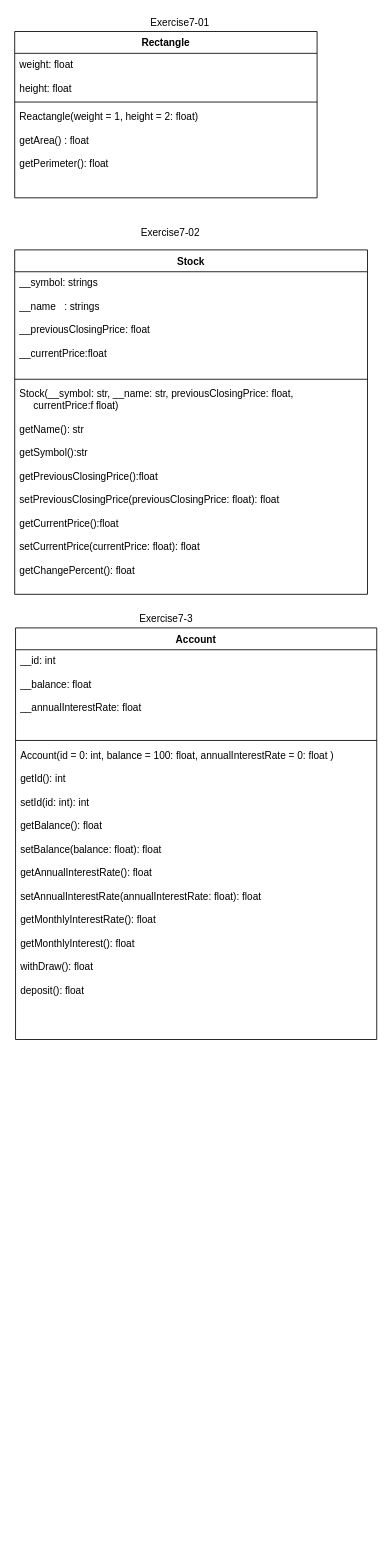
ywyz/IntroducingToProgrammingUsingPython keeps this draw.io diagram as Exercise07/Exercise07.drawio. Above is the earlier version. Source tidied: cells renumbered, new cells numbered last; positions are measured from the earlier drawing's top-left corner, leaving out a move shared by most shapes. Both pictures are drawn from the tidied source at 84%, with x=0, y=0 at pixel (14, 14).
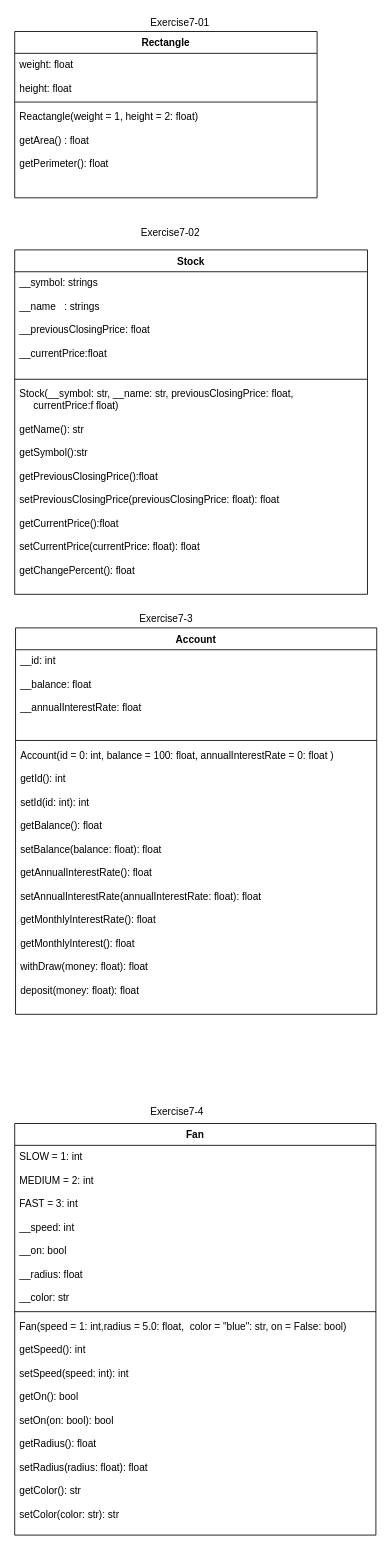
The same diagram, later.

What changed in the source:
```diff
@@
     <mxCell id="12" value="Account" style="swimlane;fontStyle=1;align=center;verticalAlign=top;horizontal=1;startSize=26;" parent="1" vertex="1">
-      <mxGeometry x="1" y="730" width="430" height="490" as="geometry" />
+      <mxGeometry x="1" y="730" width="430" height="460" as="geometry" />
     </mxCell>
@@
-    <mxCell id="15" value="Account(id = 0: int, balance = 100: float, annualInterestRate = 0: float )&#10;&#10;getId(): int&#10;&#10;setId(id: int): int&#10;&#10;getBalance(): float&#10;&#10;setBalance(balance: float): float&#10;&#10;getAnnualInterestRate(): float&#10;&#10;setAnnualInterestRate(annualInterestRate: float): float&#10;&#10;getMonthlyInterestRate(): float&#10;&#10;getMonthlyInterest(): float&#10;&#10;withDraw(): float&#10;&#10;deposit(): float&#10;" style="text;strokeColor=none;fillColor=none;align=left;verticalAlign=top;spacingLeft=4;spacingRight=4;overflow=hidden;" parent="12" vertex="1">
-      <mxGeometry y="138" width="430" height="352" as="geometry" />
+    <mxCell id="15" value="Account(id = 0: int, balance = 100: float, annualInterestRate = 0: float )&#10;&#10;getId(): int&#10;&#10;setId(id: int): int&#10;&#10;getBalance(): float&#10;&#10;setBalance(balance: float): float&#10;&#10;getAnnualInterestRate(): float&#10;&#10;setAnnualInterestRate(annualInterestRate: float): float&#10;&#10;getMonthlyInterestRate(): float&#10;&#10;getMonthlyInterest(): float&#10;&#10;withDraw(money: float): float&#10;&#10;deposit(money: float): float&#10;" style="text;strokeColor=none;fillColor=none;align=left;verticalAlign=top;spacingLeft=4;spacingRight=4;overflow=hidden;" parent="12" vertex="1">
+      <mxGeometry y="138" width="430" height="322" as="geometry" />
     </mxCell>
@@
+    <mxCell id="17" value="Fan" style="swimlane;fontStyle=1;align=center;verticalAlign=top;horizontal=1;startSize=26;" parent="1" vertex="1">
+      <mxGeometry y="1320" width="430" height="490" as="geometry" />
+    </mxCell>
+    <mxCell id="18" value="SLOW = 1: int&#10;&#10;MEDIUM = 2: int&#10;&#10;FAST = 3: int&#10;&#10;__speed: int&#10;&#10;__on: bool&#10;&#10;__radius: float&#10;&#10;__color: str" style="text;strokeColor=none;fillColor=none;align=left;verticalAlign=top;spacingLeft=4;spacingRight=4;overflow=hidden;" parent="17" vertex="1">
+      <mxGeometry y="26" width="430" height="194" as="geometry" />
+    </mxCell>
+    <mxCell id="19" style="line;strokeWidth=1;fillColor=none;align=left;verticalAlign=middle;spacingTop=-1;spacingLeft=3;spacingRight=3;labelPosition=right;" parent="17" vertex="1">
+      <mxGeometry y="220" width="430" height="8" as="geometry" />
+    </mxCell>
+    <mxCell id="20" value="Fan(speed = 1: int,radius = 5.0: float,  color = &quot;blue&quot;: str, on = False: bool)&#10;&#10;getSpeed(): int&#10;&#10;setSpeed(speed: int): int&#10;&#10;getOn(): bool&#10;&#10;setOn(on: bool): bool&#10;&#10;getRadius(): float&#10;&#10;setRadius(radius: float): float&#10;&#10;getColor(): str&#10;&#10;setColor(color: str): str&#10;&#10;&#10;&#10;&#10;&#10;&#10;&#10;&#10;" style="text;strokeColor=none;fillColor=none;align=left;verticalAlign=top;spacingLeft=4;spacingRight=4;overflow=hidden;" parent="17" vertex="1">
+      <mxGeometry y="228" width="430" height="262" as="geometry" />
+    </mxCell>
+    <mxCell id="21" value="Exercise7-4" style="text;html=1;align=center;verticalAlign=middle;" parent="1" vertex="1">
+      <mxGeometry x="153" y="1296" width="80" height="20" as="geometry" />
+    </mxCell>
```
